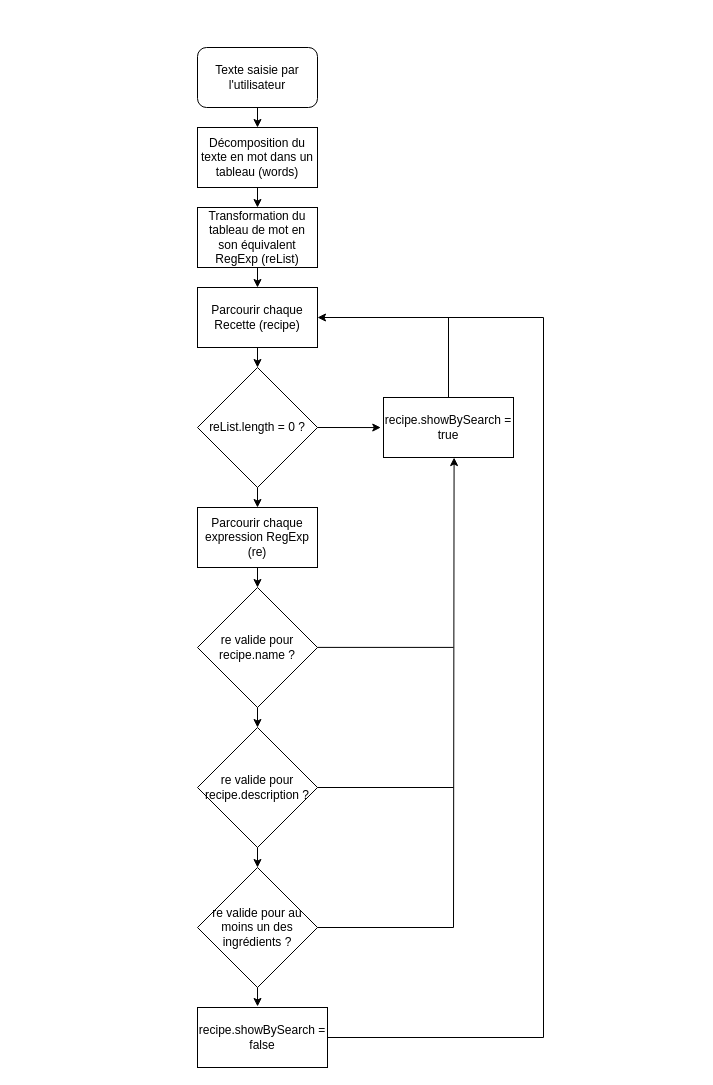
Before: ressources/Diagramme sans nom.drawio in code9g/les-petit-plats, a draw.io diagram. Source tidied: cells renumbered, new cells numbered last; positions are measured from the earlier drawing's top-left corner, leaving out a move shared by most shapes. Both pictures are drawn from the tidied source at 100%, with x=0, y=0 at pixel (197, 47).
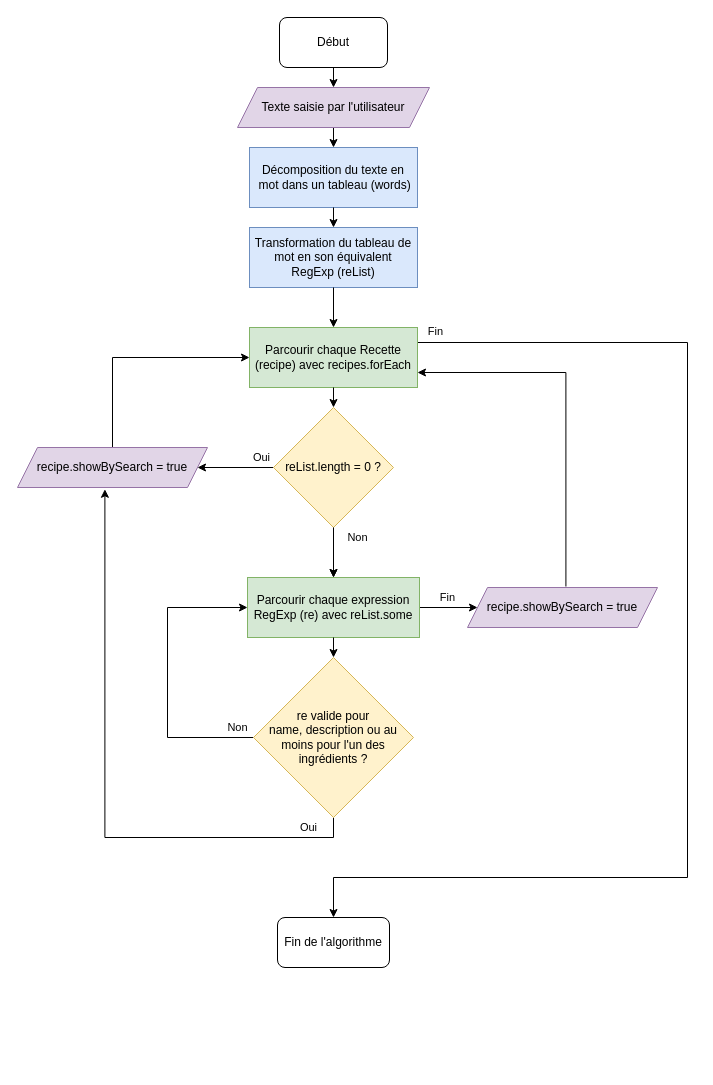
The same page after the edit.

Commit message (it also covers changes not shown here):
Mettre à jour Diagramme sans nom.drawio

The edit, as a diff of the source:
```diff
@@
-    <mxCell id="2" value="Texte saisie par l'utilisateur" style="rounded=1;whiteSpace=wrap;html=1;" parent="1" vertex="1">
-      <mxGeometry width="120" height="60" as="geometry" />
-    </mxCell>
-    <mxCell id="3" value="Décomposition du texte en mot dans un tableau (words)" style="rounded=0;whiteSpace=wrap;html=1;" parent="1" vertex="1">
-      <mxGeometry y="80" width="120" height="60" as="geometry" />
+    <mxCell id="3" value="Décomposition du texte en&lt;div&gt;&amp;nbsp;mot dans un tableau (words)&lt;/div&gt;" style="rounded=0;whiteSpace=wrap;html=1;fillColor=#dae8fc;strokeColor=#6c8ebf;" parent="1" vertex="1">
+      <mxGeometry x="52" y="100" width="168" height="60" as="geometry" />
     </mxCell>
-    <mxCell id="4" value="Transformation du tableau de mot en son équivalent RegExp (reList)" style="rounded=0;whiteSpace=wrap;html=1;" parent="1" vertex="1">
-      <mxGeometry y="160" width="120" height="60" as="geometry" />
+    <mxCell id="4" value="Transformation du tableau de&lt;div&gt;mot en son équivalent&lt;/div&gt;&lt;div&gt;RegExp (reList)&lt;/div&gt;" style="rounded=0;whiteSpace=wrap;html=1;fillColor=#dae8fc;strokeColor=#6c8ebf;" parent="1" vertex="1">
+      <mxGeometry x="52" y="180" width="168" height="60" as="geometry" />
     </mxCell>
+    <mxCell id="28" value="Fin" style="edgeStyle=orthogonalEdgeStyle;rounded=0;jettySize=auto;html=1;exitX=1;exitY=0.25;exitDx=0;exitDy=0;entryX=0.5;entryY=0;entryDx=0;entryDy=0;spacingBottom=13;" parent="1" edge="1" source="5" target="35">
+      <mxGeometry x="-0.97" y="5" relative="1" as="geometry">
+        <Array as="points">
+          <mxPoint x="490" y="295" />
+          <mxPoint x="490" y="830" />
+          <mxPoint x="136" y="830" />
+        </Array>
+      </mxGeometry>
+    </mxCell>
-    <mxCell id="5" value="Parcourir chaque Recette (recipe)" style="rounded=0;whiteSpace=wrap;html=1;" parent="1" vertex="1">
-      <mxGeometry y="240" width="120" height="60" as="geometry" />
+    <mxCell id="5" value="Parcourir chaque Recette (recipe) avec recipes.forEach" style="rounded=0;whiteSpace=wrap;html=1;fillColor=#d5e8d4;strokeColor=#82b366;" parent="1" vertex="1">
+      <mxGeometry x="52" y="280" width="168" height="60" as="geometry" />
     </mxCell>
+    <mxCell id="29" value="Oui" style="edgeStyle=orthogonalEdgeStyle;rounded=0;jettySize=auto;html=1;exitX=0;exitY=0.5;exitDx=0;exitDy=0;entryX=1;entryY=0.5;entryDx=0;entryDy=0;" parent="1" edge="1" source="6" target="37">
+      <mxGeometry x="-0.68" y="-10" relative="1" as="geometry" />
+    </mxCell>
+    <mxCell id="30" style="edgeStyle=orthogonalEdgeStyle;rounded=0;jettySize=auto;html=1;" parent="1" edge="1" source="6" target="8">
+      <mxGeometry relative="1" as="geometry" />
+    </mxCell>
-    <mxCell id="6" value="reList.length = 0 ?" style="rhombus;whiteSpace=wrap;html=1;" parent="1" vertex="1">
-      <mxGeometry y="320" width="120" height="120" as="geometry" />
+    <mxCell id="6" value="reList.length = 0 ?" style="rhombus;whiteSpace=wrap;html=1;fillColor=#fff2cc;strokeColor=#d6b656;" parent="1" vertex="1">
+      <mxGeometry x="76" y="360" width="120" height="120" as="geometry" />
     </mxCell>
-    <mxCell id="7" value="recipe.showBySearch = true" style="rounded=0;whiteSpace=wrap;html=1;" parent="1" vertex="1">
-      <mxGeometry x="186" y="350" width="130" height="60" as="geometry" />
-    </mxCell>
+    <mxCell id="31" value="Fin" style="edgeStyle=orthogonalEdgeStyle;rounded=0;jettySize=auto;html=1;exitX=1;exitY=0.5;exitDx=0;exitDy=0;entryX=0;entryY=0.5;entryDx=0;entryDy=0;" parent="1" edge="1" source="8" target="38">
+      <mxGeometry x="-0.03" y="10" relative="1" as="geometry" />
+    </mxCell>
-    <mxCell id="8" value="Parcourir chaque expression RegExp (re)" style="rounded=0;whiteSpace=wrap;html=1;" parent="1" vertex="1">
-      <mxGeometry y="460" width="120" height="60" as="geometry" />
+    <mxCell id="8" value="Parcourir chaque expression RegExp (re) avec reList.some" style="rounded=0;whiteSpace=wrap;html=1;fillColor=#d5e8d4;strokeColor=#82b366;" parent="1" vertex="1">
+      <mxGeometry x="50" y="530" width="172" height="60" as="geometry" />
     </mxCell>
+    <mxCell id="32" value="Non" style="edgeStyle=orthogonalEdgeStyle;rounded=0;jettySize=auto;html=1;exitX=0;exitY=0.5;exitDx=0;exitDy=0;entryX=0;entryY=0.5;entryDx=0;entryDy=0;" parent="1" edge="1" source="9" target="8">
+      <mxGeometry x="-0.89" y="-10" relative="1" as="geometry">
+        <Array as="points">
+          <mxPoint x="-30" y="690" />
+          <mxPoint x="-30" y="560" />
+        </Array>
+      </mxGeometry>
+    </mxCell>
+    <mxCell id="33" value="Oui" style="edgeStyle=orthogonalEdgeStyle;rounded=0;jettySize=auto;html=1;exitX=0.5;exitY=1;exitDx=0;exitDy=0;entryX=0.46;entryY=1.044;entryDx=0;entryDy=0;entryPerimeter=0;" parent="1" edge="1" source="9" target="37">
+      <mxGeometry x="-0.85" y="-10" relative="1" as="geometry" />
+    </mxCell>
-    <mxCell id="9" value="re valide pour recipe.name ?" style="rhombus;whiteSpace=wrap;html=1;" parent="1" vertex="1">
-      <mxGeometry y="540" width="120" height="120" as="geometry" />
+    <mxCell id="9" value="re valide pour &lt;br&gt;name,&amp;nbsp;&lt;span style=&quot;background-color: initial;&quot;&gt;description ou au moins pour l'un des ingrédients&amp;nbsp;&lt;/span&gt;&lt;span style=&quot;background-color: initial;&quot;&gt;?&lt;/span&gt;" style="rhombus;whiteSpace=wrap;html=1;fillColor=#fff2cc;strokeColor=#d6b656;" parent="1" vertex="1">
+      <mxGeometry x="56" y="610" width="160" height="160" as="geometry" />
     </mxCell>
-    <mxCell id="10" value="re valide pour recipe.description ?" style="rhombus;whiteSpace=wrap;html=1;" parent="1" vertex="1">
-      <mxGeometry y="680" width="120" height="120" as="geometry" />
-    </mxCell>
-    <mxCell id="11" value="re valide pour au moins un des ingrédients ?" style="rhombus;whiteSpace=wrap;html=1;" parent="1" vertex="1">
-      <mxGeometry y="820" width="120" height="120" as="geometry" />
-    </mxCell>
-    <mxCell id="12" style="endArrow=classic;html=1;rounded=0;exitX=0.5;exitY=0;exitDx=0;exitDy=0;entryX=1;entryY=0.5;entryDx=0;entryDy=0;" parent="1" edge="1" source="7" target="5">
-      <mxGeometry relative="1" as="geometry">
-        <Array as="points">
-          <mxPoint x="251" y="270" />
-        </Array>
-      </mxGeometry>
-    </mxCell>
-    <mxCell id="13" style="endArrow=classic;html=1;rounded=0;entryX=-0.021;entryY=0.501;entryDx=0;entryDy=0;entryPerimeter=0;exitX=1;exitY=0.5;exitDx=0;exitDy=0;" parent="1" edge="1" source="6" target="7">
-      <mxGeometry relative="1" as="geometry" />
-    </mxCell>
-    <mxCell id="14" style="endArrow=classic;html=1;rounded=0;entryX=0.5;entryY=0;entryDx=0;entryDy=0;exitX=0.5;exitY=1;exitDx=0;exitDy=0;" parent="1" edge="1" source="9" target="10">
-      <mxGeometry relative="1" as="geometry" />
-    </mxCell>
@@
-    <mxCell id="16" style="endArrow=classic;html=1;rounded=0;entryX=0.5;entryY=0;entryDx=0;entryDy=0;exitX=0.5;exitY=1;exitDx=0;exitDy=0;" parent="1" edge="1" source="6" target="8">
-      <mxGeometry relative="1" as="geometry" />
+    <mxCell id="16" value="Non" style="endArrow=classic;html=1;rounded=0;entryX=0.5;entryY=0;entryDx=0;entryDy=0;exitX=0.5;exitY=1;exitDx=0;exitDy=0;" parent="1" edge="1" source="6" target="8">
+      <mxGeometry x="-0.6" y="24" relative="1" as="geometry" />
     </mxCell>
-    <mxCell id="17" style="endArrow=classic;html=1;rounded=0;entryX=0.5;entryY=0;entryDx=0;entryDy=0;exitX=0.5;exitY=1;exitDx=0;exitDy=0;" parent="1" edge="1" source="10" target="11">
-      <mxGeometry relative="1" as="geometry" />
-    </mxCell>
-    <mxCell id="18" value="recipe.showBySearch = false" style="rounded=0;whiteSpace=wrap;html=1;" parent="1" vertex="1">
-      <mxGeometry y="960" width="130" height="60" as="geometry" />
-    </mxCell>
-    <mxCell id="19" style="endArrow=none;html=1;rounded=0;exitX=1;exitY=0.5;exitDx=0;exitDy=0;" parent="1" edge="1" source="18">
-      <mxGeometry relative="1" as="geometry">
-        <mxPoint x="236" y="270" as="targetPoint" />
-        <Array as="points">
-          <mxPoint x="346" y="990" />
-          <mxPoint x="346" y="270" />
-        </Array>
-      </mxGeometry>
-    </mxCell>
-    <mxCell id="20" style="endArrow=classic;html=1;rounded=0;exitX=0.5;exitY=1;exitDx=0;exitDy=0;entryX=0.462;entryY=-0.017;entryDx=0;entryDy=0;entryPerimeter=0;" parent="1" edge="1" source="11" target="18">
-      <mxGeometry relative="1" as="geometry" />
-    </mxCell>
+    <mxCell id="34" style="edgeStyle=orthogonalEdgeStyle;rounded=0;jettySize=auto;html=1;exitX=0.518;exitY=-0.025;exitDx=0;exitDy=0;entryX=1;entryY=0.75;entryDx=0;entryDy=0;exitPerimeter=0;" parent="1" edge="1" source="38" target="5">
+      <mxGeometry relative="1" as="geometry" />
+    </mxCell>
     <mxCell id="21" style="endArrow=classic;html=1;rounded=0;exitX=0.5;exitY=1;exitDx=0;exitDy=0;" parent="1" edge="1" source="2">
       <mxGeometry relative="1" as="geometry">
-        <mxPoint x="60" y="80" as="targetPoint" />
+        <mxPoint x="136" y="100" as="targetPoint" />
       </mxGeometry>
     </mxCell>
@@
-    <mxCell id="25" style="endArrow=classic;html=1;rounded=0;entryX=0.543;entryY=1.001;entryDx=0;entryDy=0;exitX=1;exitY=0.5;exitDx=0;exitDy=0;entryPerimeter=0;" parent="1" edge="1" source="11" target="7">
-      <mxGeometry relative="1" as="geometry">
-        <Array as="points">
-          <mxPoint x="256" y="880" />
-        </Array>
-      </mxGeometry>
-    </mxCell>
-    <mxCell id="26" style="endArrow=none;html=1;rounded=0;entryX=1;entryY=0.5;entryDx=0;entryDy=0;" parent="1" edge="1" target="10">
-      <mxGeometry relative="1" as="geometry">
-        <mxPoint x="256" y="740" as="sourcePoint" />
-      </mxGeometry>
-    </mxCell>
-    <mxCell id="27" style="endArrow=none;html=1;rounded=0;entryX=1;entryY=0.5;entryDx=0;entryDy=0;" parent="1" edge="1">
-      <mxGeometry relative="1" as="geometry">
-        <mxPoint x="256" y="599.9" as="sourcePoint" />
-        <mxPoint x="120" y="599.9" as="targetPoint" />
-      </mxGeometry>
-    </mxCell>
+    <mxCell id="35" value="Fin de l'algorithme" style="rounded=1;whiteSpace=wrap;html=1;" parent="1" vertex="1">
+      <mxGeometry x="80" y="870" width="112" height="50" as="geometry" />
+    </mxCell>
+    <mxCell id="36" style="edgeStyle=orthogonalEdgeStyle;rounded=0;jettySize=auto;html=1;exitX=0.5;exitY=0;exitDx=0;exitDy=0;entryX=0;entryY=0.5;entryDx=0;entryDy=0;" parent="1" edge="1" source="37" target="5">
+      <mxGeometry relative="1" as="geometry" />
+    </mxCell>
+    <mxCell id="37" value="recipe.showBySearch = true" style="shape=parallelogram;perimeter=parallelogramPerimeter;whiteSpace=wrap;html=1;fixedSize=1;fillColor=#e1d5e7;strokeColor=#9673a6;" parent="1" vertex="1">
+      <mxGeometry x="-180" y="400" width="190" height="40" as="geometry" />
+    </mxCell>
+    <mxCell id="38" value="recipe.showBySearch = true" style="shape=parallelogram;perimeter=parallelogramPerimeter;whiteSpace=wrap;html=1;fixedSize=1;fillColor=#e1d5e7;strokeColor=#9673a6;" parent="1" vertex="1">
+      <mxGeometry x="270" y="540" width="190" height="40" as="geometry" />
+    </mxCell>
+    <mxCell id="39" style="edgeStyle=orthogonalEdgeStyle;rounded=0;jettySize=auto;html=1;exitX=0.5;exitY=1;exitDx=0;exitDy=0;entryX=0.5;entryY=0;entryDx=0;entryDy=0;" parent="1" edge="1" source="40" target="2">
+      <mxGeometry relative="1" as="geometry" />
+    </mxCell>
+    <mxCell id="40" value="Début" style="rounded=1;whiteSpace=wrap;html=1;" parent="1" vertex="1">
+      <mxGeometry x="82" y="-30" width="108" height="50" as="geometry" />
+    </mxCell>
+    <mxCell id="2" value="Texte saisie par l'utilisateur" style="shape=parallelogram;perimeter=parallelogramPerimeter;whiteSpace=wrap;html=1;fixedSize=1;fillColor=#e1d5e7;strokeColor=#9673a6;" parent="1" vertex="1">
+      <mxGeometry x="40" y="40" width="192" height="40" as="geometry" />
+    </mxCell>
```
